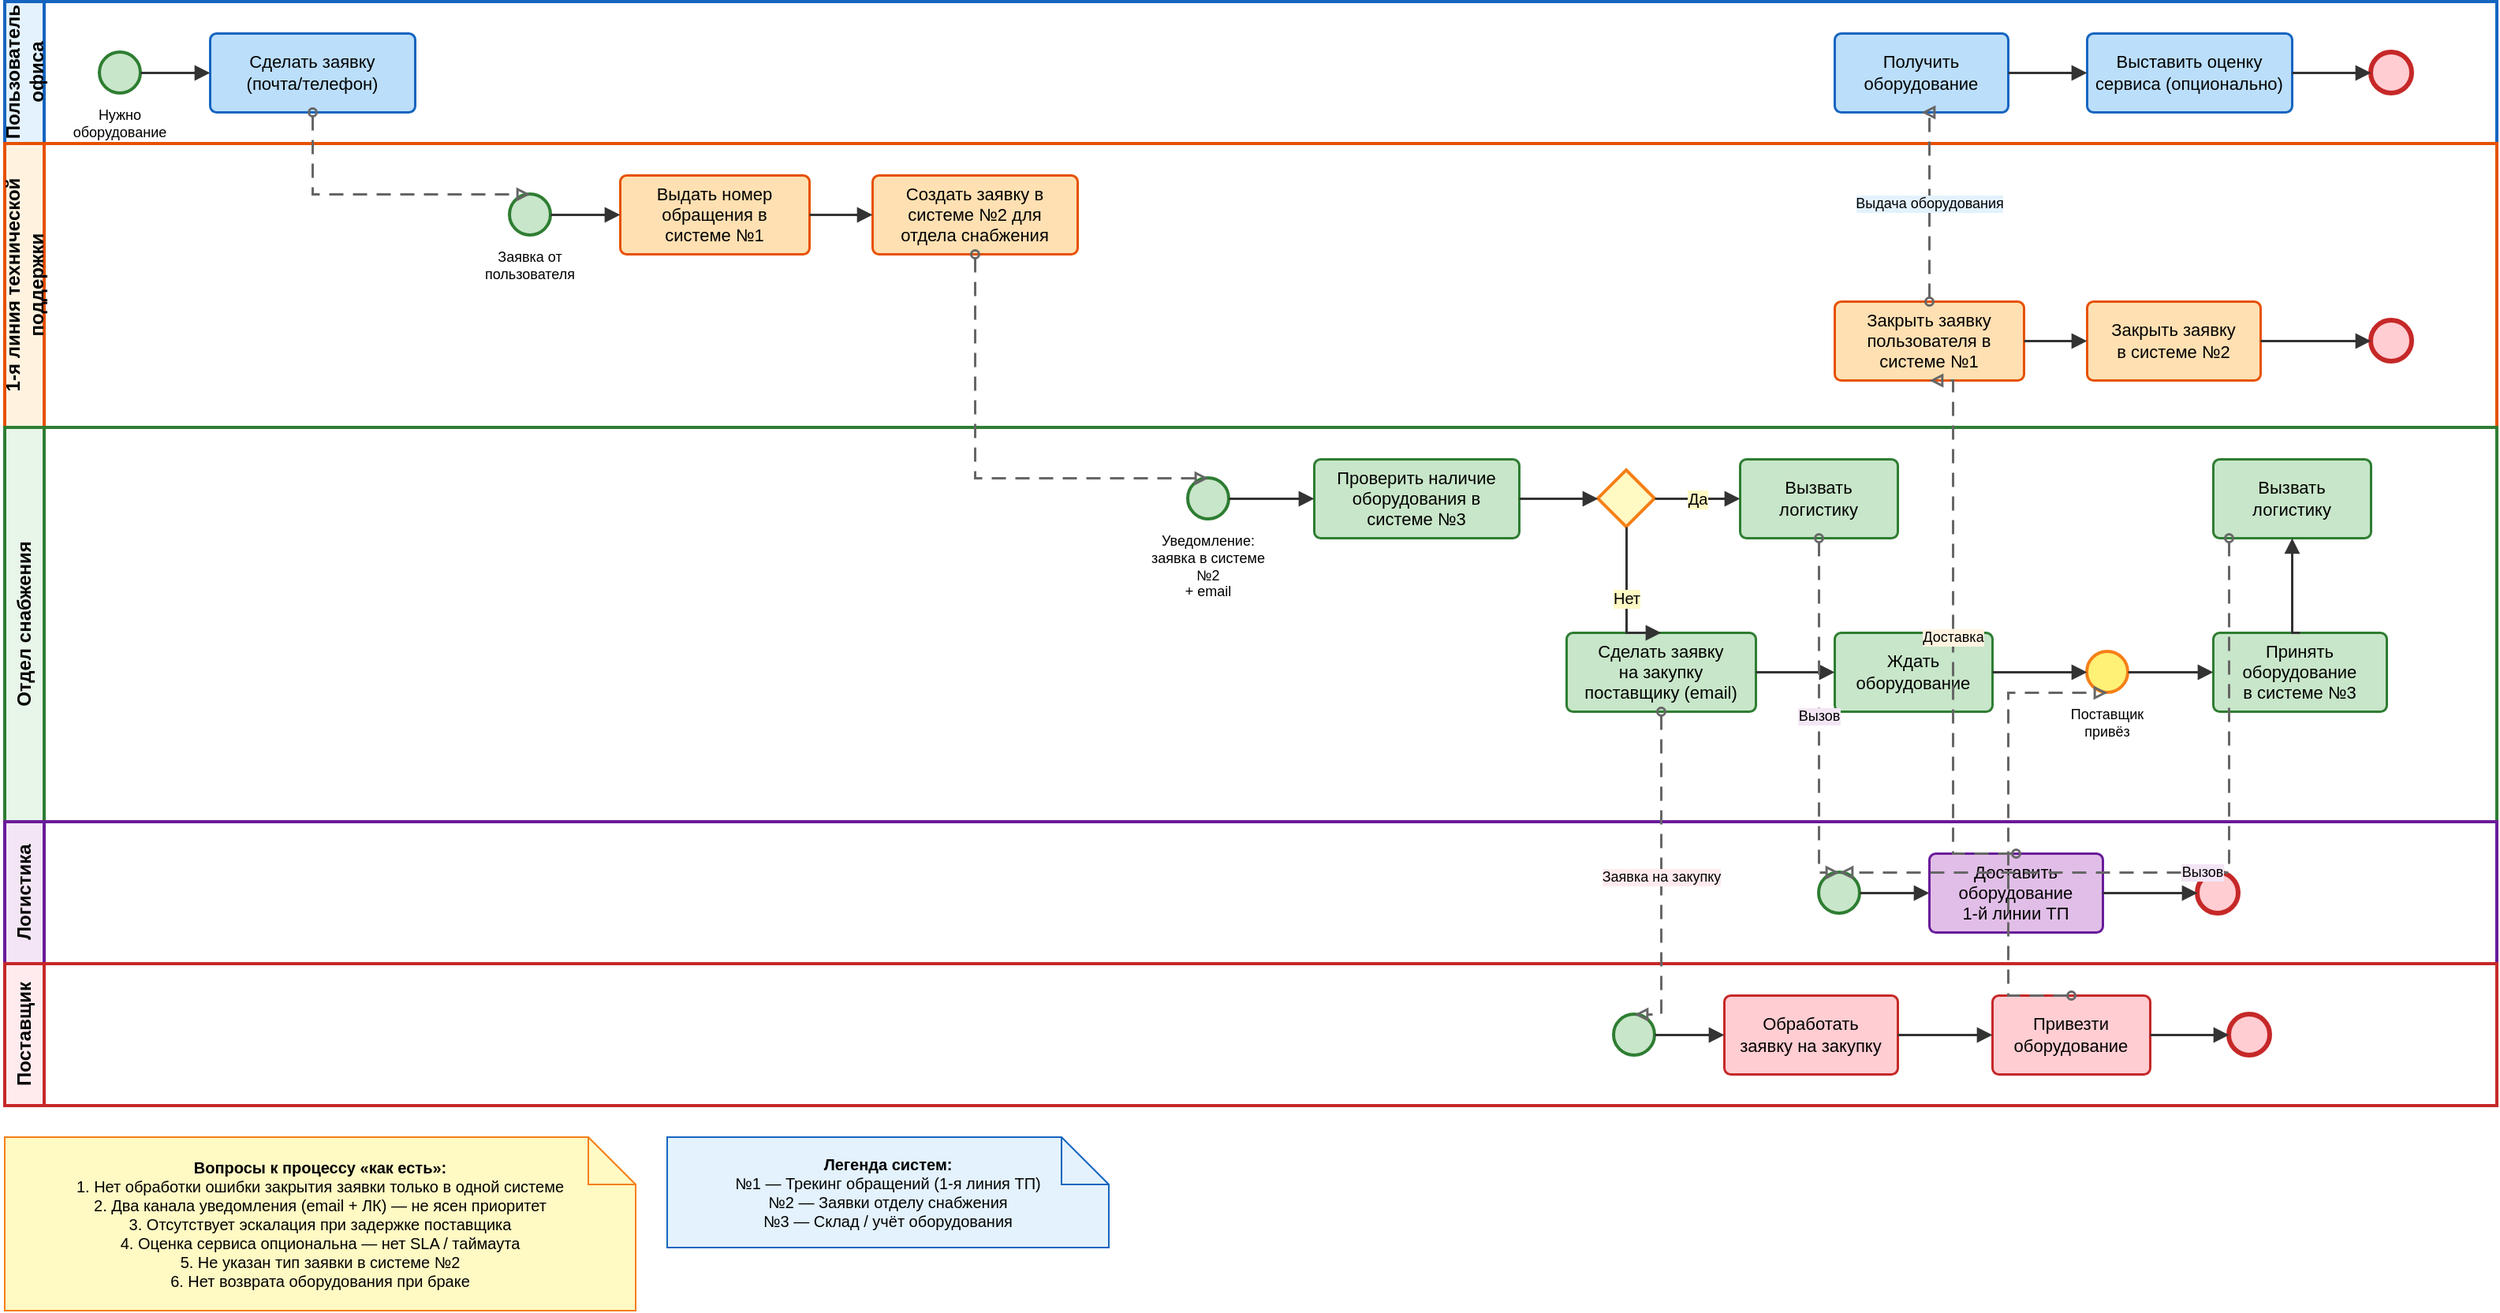
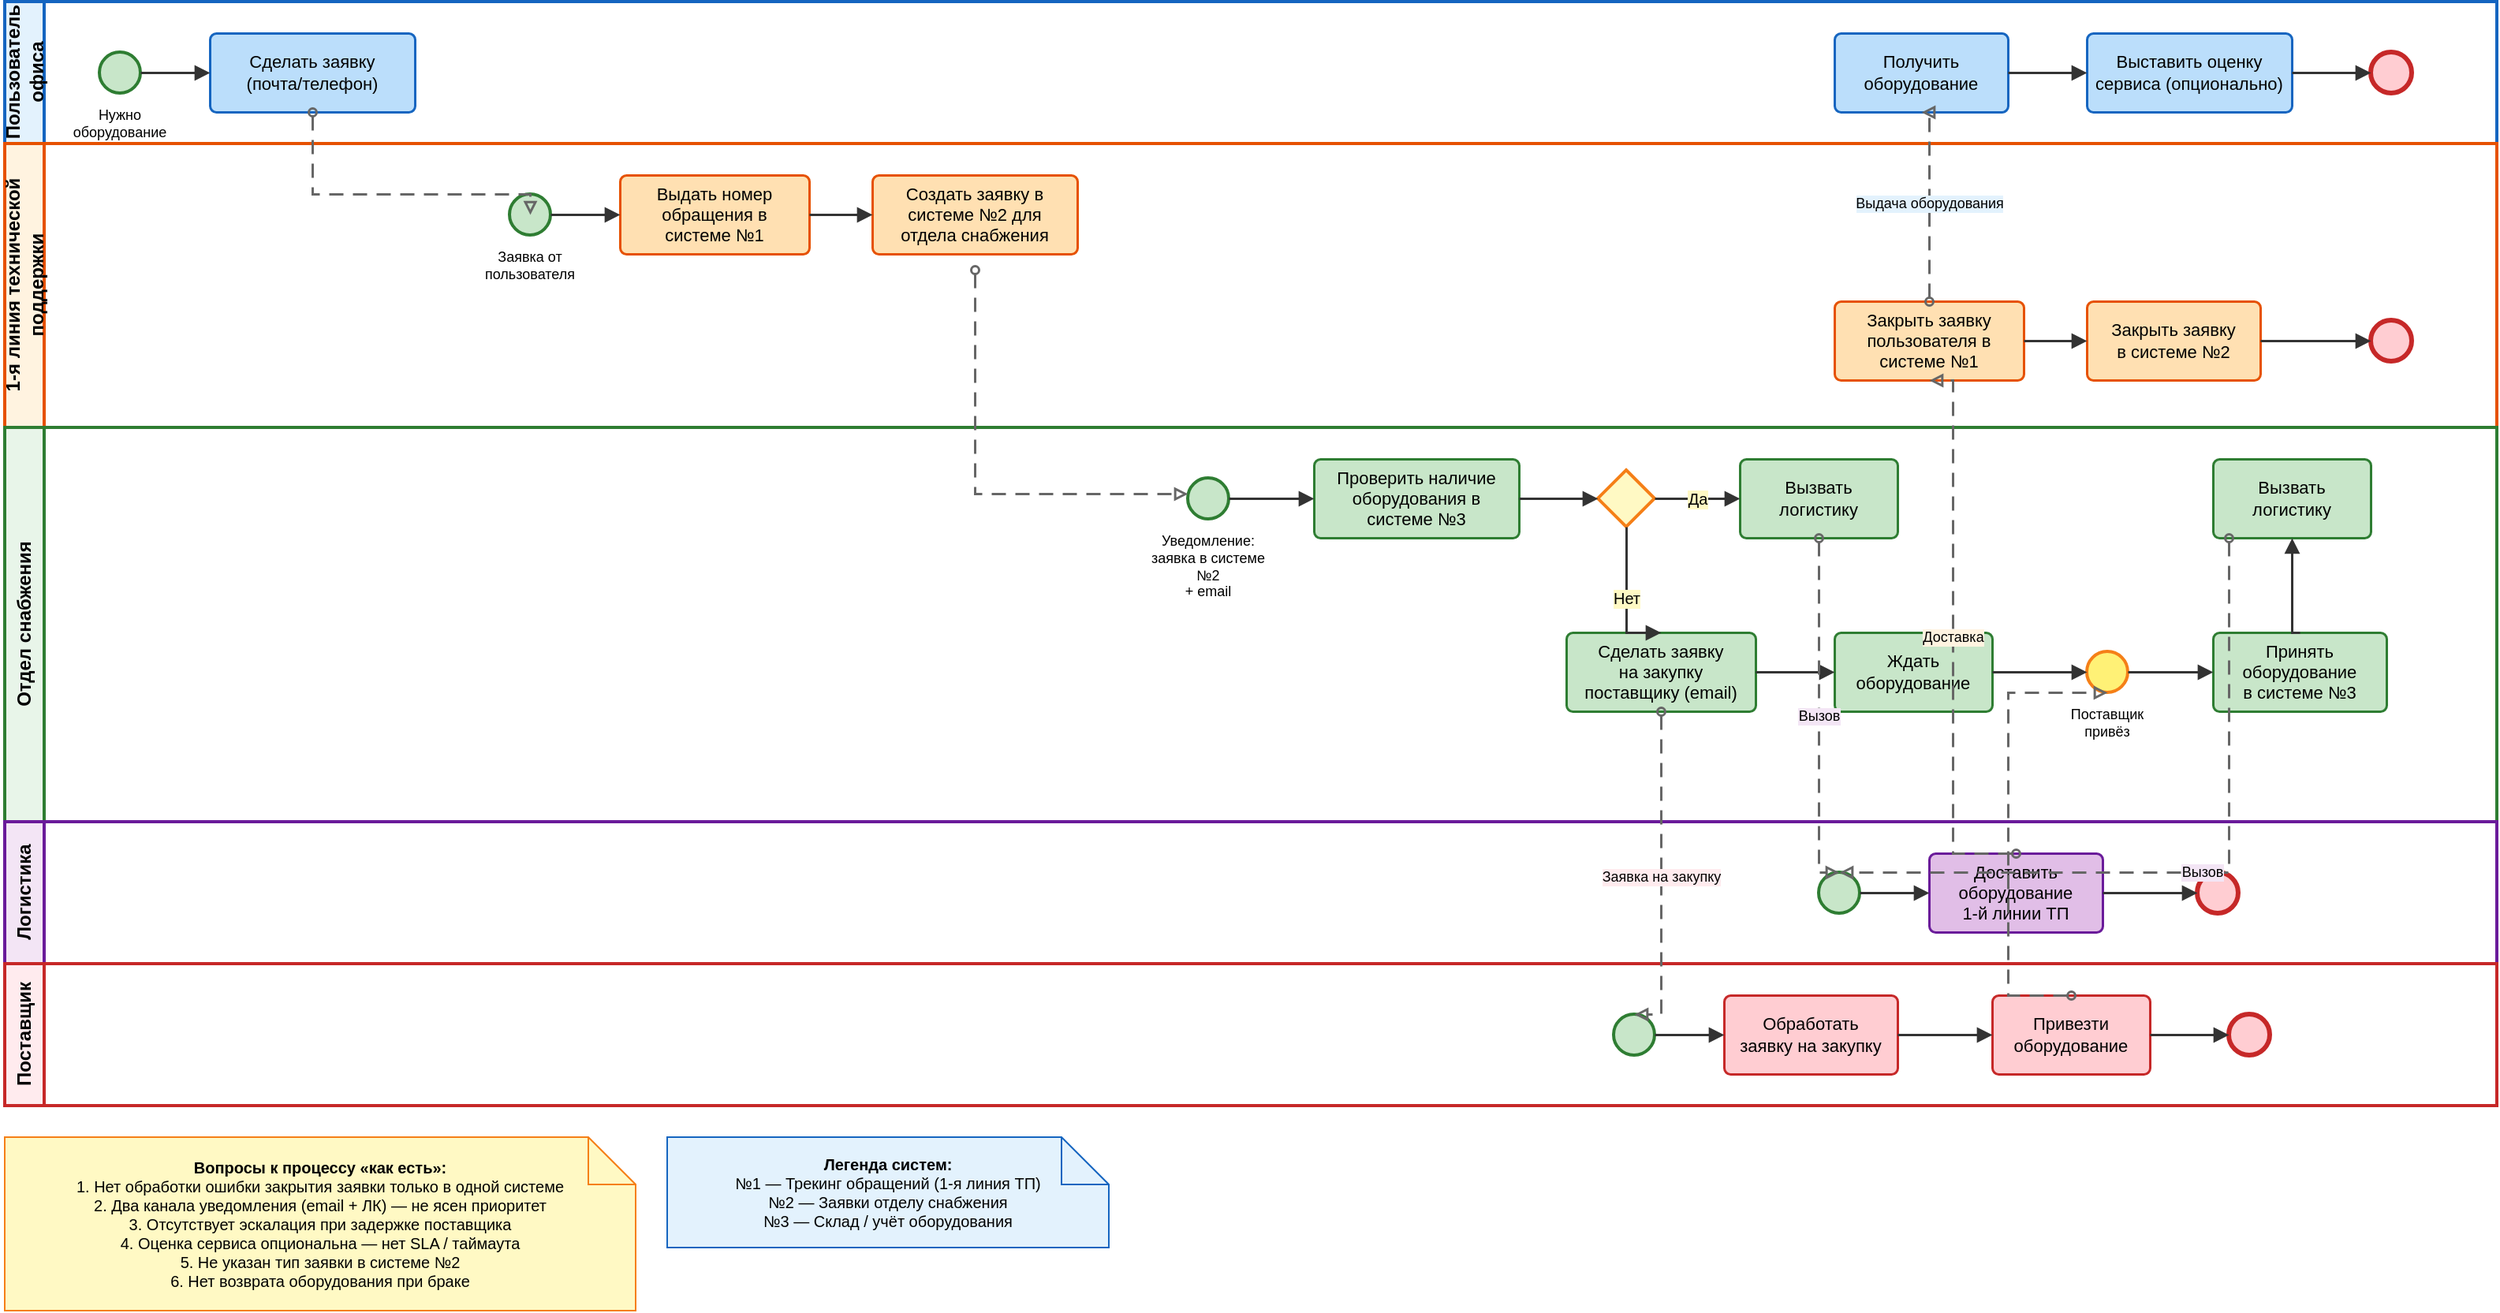
<mxfile host="app.diagrams.net" agent="Kimi">
  <diagram name="BPMN IT Equipment" id="it-equipment-bpmn">
    <mxGraphModel dx="2308" dy="875" grid="1" gridSize="10" guides="1" tooltips="1" connect="1" arrows="1" fold="1" page="1" pageScale="1" pageWidth="1700" pageHeight="1100" math="0" shadow="0">
      <root>
        <mxCell id="0" />
        <mxCell id="1" parent="0" />
        <mxCell id="pool-user" parent="1" style="swimlane;horizontal=0;startSize=25;swimlaneLine=1;collapsible=0;fontStyle=1;fillColor=#E3F2FD;strokeColor=#1565C0;strokeWidth=2;fontSize=12;whiteSpace=wrap;" value="Пользователь офиса" vertex="1">
          <mxGeometry height="90" width="1580" x="40" y="40" as="geometry" />
        </mxCell>
        <mxCell id="start-user" parent="pool-user" style="ellipse;whiteSpace=wrap;html=1;aspect=fixed;fillColor=#C8E6C9;strokeColor=#2E7D32;strokeWidth=2;" value="" vertex="1">
          <mxGeometry height="26" width="26" x="60" y="32" as="geometry" />
        </mxCell>
        <mxCell id="lbl-start-user" parent="pool-user" style="text;html=1;strokeColor=none;fillColor=none;align=center;verticalAlign=top;whiteSpace=wrap;rounded=0;fontSize=9;" value="Нужно&#xa;оборудование" vertex="1">
          <mxGeometry height="28" width="60" x="43" y="60" as="geometry" />
        </mxCell>
        <mxCell id="task-req" parent="pool-user" style="rounded=1;whiteSpace=wrap;html=1;arcSize=8;fillColor=#BBDEFB;strokeColor=#1565C0;strokeWidth=1.5;fontSize=11;" value="Сделать заявку&#xa;(почта/телефон)" vertex="1">
          <mxGeometry height="50" width="130" x="130" y="20" as="geometry" />
        </mxCell>
        <mxCell id="task-receive" parent="pool-user" style="rounded=1;whiteSpace=wrap;html=1;arcSize=8;fillColor=#BBDEFB;strokeColor=#1565C0;strokeWidth=1.5;fontSize=11;" value="Получить&#xa;оборудование" vertex="1">
          <mxGeometry height="50" width="110" x="1160" y="20" as="geometry" />
        </mxCell>
        <mxCell id="task-rate" parent="pool-user" style="rounded=1;whiteSpace=wrap;html=1;arcSize=8;fillColor=#BBDEFB;strokeColor=#1565C0;strokeWidth=1.5;fontSize=11;" value="Выставить оценку&#xa;сервиса (опционально)" vertex="1">
          <mxGeometry height="50" width="130" x="1320" y="20" as="geometry" />
        </mxCell>
        <mxCell id="end-user" parent="pool-user" style="ellipse;whiteSpace=wrap;html=1;aspect=fixed;fillColor=#FFCDD2;strokeColor=#C62828;strokeWidth=3;" value="" vertex="1">
          <mxGeometry height="26" width="26" x="1500" y="32" as="geometry" />
        </mxCell>
        <mxCell id="sf1" edge="1" parent="pool-user" source="start-user" style="edgeStyle=orthogonalEdgeStyle;rounded=0;orthogonalLoop=1;jettySize=auto;html=1;exitX=1;exitY=0.5;exitDx=0;exitDy=0;entryX=0;entryY=0.5;entryDx=0;entryDy=0;strokeColor=#333333;strokeWidth=1.5;endArrow=block;endFill=1;" target="task-req" value="">
          <mxGeometry relative="1" as="geometry" />
        </mxCell>
        <mxCell id="sf2" edge="1" parent="pool-user" source="task-receive" style="edgeStyle=orthogonalEdgeStyle;rounded=0;orthogonalLoop=1;jettySize=auto;html=1;exitX=1;exitY=0.5;exitDx=0;exitDy=0;entryX=0;entryY=0.5;entryDx=0;entryDy=0;strokeColor=#333333;strokeWidth=1.5;endArrow=block;endFill=1;" target="task-rate" value="">
          <mxGeometry relative="1" as="geometry" />
        </mxCell>
        <mxCell id="sf3" edge="1" parent="pool-user" source="task-rate" style="edgeStyle=orthogonalEdgeStyle;rounded=0;orthogonalLoop=1;jettySize=auto;html=1;exitX=1;exitY=0.5;exitDx=0;exitDy=0;entryX=0;entryY=0.5;entryDx=0;entryDy=0;strokeColor=#333333;strokeWidth=1.5;endArrow=block;endFill=1;" target="end-user" value="">
          <mxGeometry relative="1" as="geometry" />
        </mxCell>
        <mxCell id="pool-l1" parent="1" style="swimlane;horizontal=0;startSize=25;swimlaneLine=1;collapsible=0;fontStyle=1;fillColor=#FFF3E0;strokeColor=#E65100;strokeWidth=2;fontSize=12;whiteSpace=wrap;" value="1-я линия технической поддержки" vertex="1">
          <mxGeometry height="180" width="1580" x="40" y="130" as="geometry" />
        </mxCell>
        <mxCell id="start-l1" parent="pool-l1" style="ellipse;whiteSpace=wrap;html=1;aspect=fixed;fillColor=#C8E6C9;strokeColor=#2E7D32;strokeWidth=2;" value="" vertex="1">
          <mxGeometry height="26" width="26" x="320" y="32" as="geometry" />
        </mxCell>
        <mxCell id="lbl-start-l1" parent="pool-l1" style="text;html=1;strokeColor=none;fillColor=none;align=center;verticalAlign=top;whiteSpace=wrap;rounded=0;fontSize=9;" value="Заявка от&#xa;пользователя" vertex="1">
          <mxGeometry height="28" width="60" x="303" y="60" as="geometry" />
        </mxCell>
        <mxCell id="task-ticket1" parent="pool-l1" style="rounded=1;whiteSpace=wrap;html=1;arcSize=8;fillColor=#FFE0B2;strokeColor=#E65100;strokeWidth=1.5;fontSize=11;" value="Выдать номер&#xa;обращения в&#xa;системе №1" vertex="1">
          <mxGeometry height="50" width="120" x="390" y="20" as="geometry" />
        </mxCell>
        <mxCell id="task-create-req" parent="pool-l1" style="rounded=1;whiteSpace=wrap;html=1;arcSize=8;fillColor=#FFE0B2;strokeColor=#E65100;strokeWidth=1.5;fontSize=11;" value="Создать заявку в&#xa;системе №2 для&#xa;отдела снабжения" vertex="1">
          <mxGeometry height="50" width="130" x="550" y="20" as="geometry" />
        </mxCell>
        <mxCell id="task-close1" parent="pool-l1" style="rounded=1;whiteSpace=wrap;html=1;arcSize=8;fillColor=#FFE0B2;strokeColor=#E65100;strokeWidth=1.5;fontSize=11;" value="Закрыть заявку&#xa;пользователя в&#xa;системе №1" vertex="1">
          <mxGeometry height="50" width="120" x="1160" y="100" as="geometry" />
        </mxCell>
        <mxCell id="task-close2" parent="pool-l1" style="rounded=1;whiteSpace=wrap;html=1;arcSize=8;fillColor=#FFE0B2;strokeColor=#E65100;strokeWidth=1.5;fontSize=11;" value="Закрыть заявку&#xa;в системе №2" vertex="1">
          <mxGeometry height="50" width="110" x="1320" y="100" as="geometry" />
        </mxCell>
        <mxCell id="end-l1" parent="pool-l1" style="ellipse;whiteSpace=wrap;html=1;aspect=fixed;fillColor=#FFCDD2;strokeColor=#C62828;strokeWidth=3;" value="" vertex="1">
          <mxGeometry height="26" width="26" x="1500" y="112" as="geometry" />
        </mxCell>
        <mxCell id="sf4" edge="1" parent="pool-l1" source="start-l1" style="edgeStyle=orthogonalEdgeStyle;rounded=0;orthogonalLoop=1;jettySize=auto;html=1;exitX=1;exitY=0.5;exitDx=0;exitDy=0;entryX=0;entryY=0.5;entryDx=0;entryDy=0;strokeColor=#333333;strokeWidth=1.5;endArrow=block;endFill=1;" target="task-ticket1" value="">
          <mxGeometry relative="1" as="geometry" />
        </mxCell>
        <mxCell id="sf5" edge="1" parent="pool-l1" source="task-ticket1" style="edgeStyle=orthogonalEdgeStyle;rounded=0;orthogonalLoop=1;jettySize=auto;html=1;exitX=1;exitY=0.5;exitDx=0;exitDy=0;entryX=0;entryY=0.5;entryDx=0;entryDy=0;strokeColor=#333333;strokeWidth=1.5;endArrow=block;endFill=1;" target="task-create-req" value="">
          <mxGeometry relative="1" as="geometry" />
        </mxCell>
        <mxCell id="sf6" edge="1" parent="pool-l1" source="task-close1" style="edgeStyle=orthogonalEdgeStyle;rounded=0;orthogonalLoop=1;jettySize=auto;html=1;exitX=1;exitY=0.5;exitDx=0;exitDy=0;entryX=0;entryY=0.5;entryDx=0;entryDy=0;strokeColor=#333333;strokeWidth=1.5;endArrow=block;endFill=1;" target="task-close2" value="">
          <mxGeometry relative="1" as="geometry" />
        </mxCell>
        <mxCell id="sf7" edge="1" parent="pool-l1" source="task-close2" style="edgeStyle=orthogonalEdgeStyle;rounded=0;orthogonalLoop=1;jettySize=auto;html=1;exitX=1;exitY=0.5;exitDx=0;exitDy=0;entryX=0;entryY=0.5;entryDx=0;entryDy=0;strokeColor=#333333;strokeWidth=1.5;endArrow=block;endFill=1;" target="end-l1" value="">
          <mxGeometry relative="1" as="geometry" />
        </mxCell>
        <mxCell id="pool-supply" parent="1" style="swimlane;horizontal=0;startSize=25;swimlaneLine=1;collapsible=0;fontStyle=1;fillColor=#E8F5E9;strokeColor=#2E7D32;strokeWidth=2;fontSize=12;whiteSpace=wrap;" value="Отдел снабжения" vertex="1">
          <mxGeometry height="250" width="1580" x="40" y="310" as="geometry" />
        </mxCell>
        <mxCell id="start-supply" parent="pool-supply" style="ellipse;whiteSpace=wrap;html=1;aspect=fixed;fillColor=#C8E6C9;strokeColor=#2E7D32;strokeWidth=2;" value="" vertex="1">
          <mxGeometry height="26" width="26" x="750" y="32" as="geometry" />
        </mxCell>
        <mxCell id="lbl-start-supply" parent="pool-supply" style="text;html=1;strokeColor=none;fillColor=none;align=center;verticalAlign=top;whiteSpace=wrap;rounded=0;fontSize=9;" value="Уведомление:&#xa;заявка в системе №2&#xa;+ email" vertex="1">
          <mxGeometry height="36" width="86" x="720" y="60" as="geometry" />
        </mxCell>
        <mxCell id="task-check" parent="pool-supply" style="rounded=1;whiteSpace=wrap;html=1;arcSize=8;fillColor=#C8E6C9;strokeColor=#2E7D32;strokeWidth=1.5;fontSize=11;" value="Проверить наличие&#xa;оборудования в&#xa;системе №3" vertex="1">
          <mxGeometry height="50" width="130" x="830" y="20" as="geometry" />
        </mxCell>
        <mxCell id="gateway-check" parent="pool-supply" style="rhombus;whiteSpace=wrap;html=1;fillColor=#FFF9C4;strokeColor=#F57F17;strokeWidth=2;" value="" vertex="1">
          <mxGeometry height="36" width="36" x="1010" y="27" as="geometry" />
        </mxCell>
        <mxCell id="task-call-log-yes" parent="pool-supply" style="rounded=1;whiteSpace=wrap;html=1;arcSize=8;fillColor=#C8E6C9;strokeColor=#2E7D32;strokeWidth=1.5;fontSize=11;" value="Вызвать&#xa;логистику" vertex="1">
          <mxGeometry height="50" width="100" x="1100" y="20" as="geometry" />
        </mxCell>
        <mxCell id="task-order" parent="pool-supply" style="rounded=1;whiteSpace=wrap;html=1;arcSize=8;fillColor=#C8E6C9;strokeColor=#2E7D32;strokeWidth=1.5;fontSize=11;" value="Сделать заявку&#xa;на закупку&#xa;поставщику (email)" vertex="1">
          <mxGeometry height="50" width="120" x="990" y="130" as="geometry" />
        </mxCell>
        <mxCell id="task-wait" parent="pool-supply" style="rounded=1;whiteSpace=wrap;html=1;arcSize=8;fillColor=#C8E6C9;strokeColor=#2E7D32;strokeWidth=1.5;fontSize=11;" value="Ждать&#xa;оборудование" vertex="1">
          <mxGeometry height="50" width="100" x="1160" y="130" as="geometry" />
        </mxCell>
        <mxCell id="event-receive" parent="pool-supply" style="ellipse;whiteSpace=wrap;html=1;aspect=fixed;fillColor=#FFF176;strokeColor=#F57F17;strokeWidth=2;" value="" vertex="1">
          <mxGeometry height="26" width="26" x="1320" y="142" as="geometry" />
        </mxCell>
        <mxCell id="lbl-receive" parent="pool-supply" style="text;html=1;strokeColor=none;fillColor=none;align=center;verticalAlign=top;whiteSpace=wrap;rounded=0;fontSize=9;" value="Поставщик&#xa;привёз" vertex="1">
          <mxGeometry height="24" width="60" x="1303" y="170" as="geometry" />
        </mxCell>
        <mxCell id="task-accept" parent="pool-supply" style="rounded=1;whiteSpace=wrap;html=1;arcSize=8;fillColor=#C8E6C9;strokeColor=#2E7D32;strokeWidth=1.5;fontSize=11;" value="Принять&#xa;оборудование&#xa;в системе №3" vertex="1">
          <mxGeometry height="50" width="110" x="1400" y="130" as="geometry" />
        </mxCell>
        <mxCell id="task-call-log-no" parent="pool-supply" style="rounded=1;whiteSpace=wrap;html=1;arcSize=8;fillColor=#C8E6C9;strokeColor=#2E7D32;strokeWidth=1.5;fontSize=11;" value="Вызвать&#xa;логистику" vertex="1">
          <mxGeometry height="50" width="100" x="1400" y="20" as="geometry" />
        </mxCell>
        <mxCell id="sf8" edge="1" parent="pool-supply" source="start-supply" style="edgeStyle=orthogonalEdgeStyle;rounded=0;orthogonalLoop=1;jettySize=auto;html=1;exitX=1;exitY=0.5;exitDx=0;exitDy=0;entryX=0;entryY=0.5;entryDx=0;entryDy=0;strokeColor=#333333;strokeWidth=1.5;endArrow=block;endFill=1;" target="task-check" value="">
          <mxGeometry relative="1" as="geometry" />
        </mxCell>
        <mxCell id="sf9" edge="1" parent="pool-supply" source="task-check" style="edgeStyle=orthogonalEdgeStyle;rounded=0;orthogonalLoop=1;jettySize=auto;html=1;exitX=1;exitY=0.5;exitDx=0;exitDy=0;entryX=0;entryY=0.5;entryDx=0;entryDy=0;strokeColor=#333333;strokeWidth=1.5;endArrow=block;endFill=1;" target="gateway-check" value="">
          <mxGeometry relative="1" as="geometry" />
        </mxCell>
        <mxCell id="sf10" edge="1" parent="pool-supply" source="gateway-check" style="edgeStyle=orthogonalEdgeStyle;rounded=0;orthogonalLoop=1;jettySize=auto;html=1;exitX=1;exitY=0.5;exitDx=0;exitDy=0;entryX=0;entryY=0.5;entryDx=0;entryDy=0;strokeColor=#333333;strokeWidth=1.5;endArrow=block;endFill=1;labelBackgroundColor=#FFF9C4;fontSize=10;" target="task-call-log-yes" value="Да">
          <mxGeometry relative="1" as="geometry" />
        </mxCell>
        <mxCell id="sf11" edge="1" parent="pool-supply" source="gateway-check" style="edgeStyle=orthogonalEdgeStyle;rounded=0;orthogonalLoop=1;jettySize=auto;html=1;exitX=0.5;exitY=1;exitDx=0;exitDy=0;entryX=0.5;entryY=0;entryDx=0;entryDy=0;strokeColor=#333333;strokeWidth=1.5;endArrow=block;endFill=1;labelBackgroundColor=#FFF9C4;fontSize=10;" target="task-order" value="Нет">
          <mxGeometry relative="1" as="geometry">
            <Array as="points">
              <mxPoint x="1028" y="130" />
            </Array>
          </mxGeometry>
        </mxCell>
        <mxCell id="sf12" edge="1" parent="pool-supply" source="task-order" style="edgeStyle=orthogonalEdgeStyle;rounded=0;orthogonalLoop=1;jettySize=auto;html=1;exitX=1;exitY=0.5;exitDx=0;exitDy=0;entryX=0;entryY=0.5;entryDx=0;entryDy=0;strokeColor=#333333;strokeWidth=1.5;endArrow=block;endFill=1;" target="task-wait" value="">
          <mxGeometry relative="1" as="geometry" />
        </mxCell>
        <mxCell id="sf13" edge="1" parent="pool-supply" source="task-wait" style="edgeStyle=orthogonalEdgeStyle;rounded=0;orthogonalLoop=1;jettySize=auto;html=1;exitX=1;exitY=0.5;exitDx=0;exitDy=0;entryX=0;entryY=0.5;entryDx=0;entryDy=0;strokeColor=#333333;strokeWidth=1.5;endArrow=block;endFill=1;" target="event-receive" value="">
          <mxGeometry relative="1" as="geometry" />
        </mxCell>
        <mxCell id="sf14" edge="1" parent="pool-supply" source="event-receive" style="edgeStyle=orthogonalEdgeStyle;rounded=0;orthogonalLoop=1;jettySize=auto;html=1;exitX=1;exitY=0.5;exitDx=0;exitDy=0;entryX=0;entryY=0.5;entryDx=0;entryDy=0;strokeColor=#333333;strokeWidth=1.5;endArrow=block;endFill=1;" target="task-accept" value="">
          <mxGeometry relative="1" as="geometry" />
        </mxCell>
        <mxCell id="sf15" edge="1" parent="pool-supply" source="task-accept" style="edgeStyle=orthogonalEdgeStyle;rounded=0;orthogonalLoop=1;jettySize=auto;html=1;exitX=0.5;exitY=0;exitDx=0;exitDy=0;entryX=0.5;entryY=1;entryDx=0;entryDy=0;strokeColor=#333333;strokeWidth=1.5;endArrow=block;endFill=1;" target="task-call-log-no" value="">
          <mxGeometry relative="1" as="geometry">
            <Array as="points">
              <mxPoint x="1450" y="130" />
            </Array>
          </mxGeometry>
        </mxCell>
+         <mxCell id="mf2" edge="1" parent="pool-supply" style="edgeStyle=orthogonalEdgeStyle;rounded=0;orthogonalLoop=1;jettySize=auto;html=1;exitX=0.5;exitY=1;exitDx=0;exitDy=0;strokeColor=#666666;strokeWidth=1.5;dashed=1;dashPattern=6 4;startArrow=oval;startFill=0;startSize=5;endArrow=block;endFill=0;endSize=5;" value="">
+           <mxGeometry relative="1" as="geometry">
+             <Array as="points">
+               <mxPoint x="615" y="42" />
+             </Array>
+             <mxPoint x="615" y="-100" as="sourcePoint" />
+             <mxPoint x="750" y="42" as="targetPoint" />
+           </mxGeometry>
+         </mxCell>
        <mxCell id="pool-log" parent="1" style="swimlane;horizontal=0;startSize=25;swimlaneLine=1;collapsible=0;fontStyle=1;fillColor=#F3E5F5;strokeColor=#6A1B9A;strokeWidth=2;fontSize=12;whiteSpace=wrap;" value="Логистика" vertex="1">
          <mxGeometry height="90" width="1580" x="40" y="560" as="geometry" />
        </mxCell>
        <mxCell id="start-log" parent="pool-log" style="ellipse;whiteSpace=wrap;html=1;aspect=fixed;fillColor=#C8E6C9;strokeColor=#2E7D32;strokeWidth=2;" value="" vertex="1">
          <mxGeometry height="26" width="26" x="1150" y="32" as="geometry" />
        </mxCell>
        <mxCell id="task-deliver" parent="pool-log" style="rounded=1;whiteSpace=wrap;html=1;arcSize=8;fillColor=#E1BEE7;strokeColor=#6A1B9A;strokeWidth=1.5;fontSize=11;" value="Доставить&#xa;оборудование&#xa;1-й линии ТП" vertex="1">
          <mxGeometry height="50" width="110" x="1220" y="20" as="geometry" />
        </mxCell>
        <mxCell id="end-log" parent="pool-log" style="ellipse;whiteSpace=wrap;html=1;aspect=fixed;fillColor=#FFCDD2;strokeColor=#C62828;strokeWidth=3;" value="" vertex="1">
          <mxGeometry height="26" width="26" x="1390" y="32" as="geometry" />
        </mxCell>
        <mxCell id="sf16" edge="1" parent="pool-log" source="start-log" style="edgeStyle=orthogonalEdgeStyle;rounded=0;orthogonalLoop=1;jettySize=auto;html=1;exitX=1;exitY=0.5;exitDx=0;exitDy=0;entryX=0;entryY=0.5;entryDx=0;entryDy=0;strokeColor=#333333;strokeWidth=1.5;endArrow=block;endFill=1;" target="task-deliver" value="">
          <mxGeometry relative="1" as="geometry" />
        </mxCell>
        <mxCell id="sf17" edge="1" parent="pool-log" source="task-deliver" style="edgeStyle=orthogonalEdgeStyle;rounded=0;orthogonalLoop=1;jettySize=auto;html=1;exitX=1;exitY=0.5;exitDx=0;exitDy=0;entryX=0;entryY=0.5;entryDx=0;entryDy=0;strokeColor=#333333;strokeWidth=1.5;endArrow=block;endFill=1;" target="end-log" value="">
          <mxGeometry relative="1" as="geometry" />
        </mxCell>
        <mxCell id="pool-vendor" parent="1" style="swimlane;horizontal=0;startSize=25;swimlaneLine=1;collapsible=0;fontStyle=1;fillColor=#FFEBEE;strokeColor=#C62828;strokeWidth=2;fontSize=12;whiteSpace=wrap;" value="Поставщик" vertex="1">
          <mxGeometry height="90" width="1580" x="40" y="650" as="geometry" />
        </mxCell>
        <mxCell id="start-vendor" parent="pool-vendor" style="ellipse;whiteSpace=wrap;html=1;aspect=fixed;fillColor=#C8E6C9;strokeColor=#2E7D32;strokeWidth=2;" value="" vertex="1">
          <mxGeometry height="26" width="26" x="1020" y="32" as="geometry" />
        </mxCell>
        <mxCell id="task-process" parent="pool-vendor" style="rounded=1;whiteSpace=wrap;html=1;arcSize=8;fillColor=#FFCDD2;strokeColor=#C62828;strokeWidth=1.5;fontSize=11;" value="Обработать&#xa;заявку на закупку" vertex="1">
          <mxGeometry height="50" width="110" x="1090" y="20" as="geometry" />
        </mxCell>
        <mxCell id="task-ship" parent="pool-vendor" style="rounded=1;whiteSpace=wrap;html=1;arcSize=8;fillColor=#FFCDD2;strokeColor=#C62828;strokeWidth=1.5;fontSize=11;" value="Привезти&#xa;оборудование" vertex="1">
          <mxGeometry height="50" width="100" x="1260" y="20" as="geometry" />
        </mxCell>
        <mxCell id="end-vendor" parent="pool-vendor" style="ellipse;whiteSpace=wrap;html=1;aspect=fixed;fillColor=#FFCDD2;strokeColor=#C62828;strokeWidth=3;" value="" vertex="1">
          <mxGeometry height="26" width="26" x="1410" y="32" as="geometry" />
        </mxCell>
        <mxCell id="sf18" edge="1" parent="pool-vendor" source="start-vendor" style="edgeStyle=orthogonalEdgeStyle;rounded=0;orthogonalLoop=1;jettySize=auto;html=1;exitX=1;exitY=0.5;exitDx=0;exitDy=0;entryX=0;entryY=0.5;entryDx=0;entryDy=0;strokeColor=#333333;strokeWidth=1.5;endArrow=block;endFill=1;" target="task-process" value="">
          <mxGeometry relative="1" as="geometry" />
        </mxCell>
        <mxCell id="sf19" edge="1" parent="pool-vendor" source="task-process" style="edgeStyle=orthogonalEdgeStyle;rounded=0;orthogonalLoop=1;jettySize=auto;html=1;exitX=1;exitY=0.5;exitDx=0;exitDy=0;entryX=0;entryY=0.5;entryDx=0;entryDy=0;strokeColor=#333333;strokeWidth=1.5;endArrow=block;endFill=1;" target="task-ship" value="">
          <mxGeometry relative="1" as="geometry" />
        </mxCell>
        <mxCell id="sf20" edge="1" parent="pool-vendor" source="task-ship" style="edgeStyle=orthogonalEdgeStyle;rounded=0;orthogonalLoop=1;jettySize=auto;html=1;exitX=1;exitY=0.5;exitDx=0;exitDy=0;entryX=0;entryY=0.5;entryDx=0;entryDy=0;strokeColor=#333333;strokeWidth=1.5;endArrow=block;endFill=1;" target="end-vendor" value="">
          <mxGeometry relative="1" as="geometry" />
        </mxCell>
-         <mxCell id="mf1" edge="1" parent="1" source="task-req" style="edgeStyle=orthogonalEdgeStyle;rounded=0;orthogonalLoop=1;jettySize=auto;html=1;exitX=0.5;exitY=1;exitDx=0;exitDy=0;entryX=0.5;entryY=0;entryDx=0;entryDy=0;strokeColor=#666666;strokeWidth=1.5;dashed=1;dashPattern=6 4;startArrow=oval;startFill=0;startSize=5;endArrow=block;endFill=0;endSize=5;" target="start-l1" value="">
+         <mxCell id="mf1" edge="1" parent="1" source="task-req" style="edgeStyle=orthogonalEdgeStyle;rounded=0;orthogonalLoop=1;jettySize=auto;html=1;exitX=0.5;exitY=1;exitDx=0;exitDy=0;strokeColor=#666666;strokeWidth=1.5;dashed=1;dashPattern=6 4;startArrow=oval;startFill=0;startSize=5;endArrow=block;endFill=0;endSize=5;" value="">
          <mxGeometry relative="1" as="geometry">
            <Array as="points">
              <mxPoint x="235" y="162" />
            </Array>
-           </mxGeometry>
-         </mxCell>
-         <mxCell id="mf2" edge="1" parent="1" source="task-create-req" style="edgeStyle=orthogonalEdgeStyle;rounded=0;orthogonalLoop=1;jettySize=auto;html=1;exitX=0.5;exitY=1;exitDx=0;exitDy=0;entryX=0.5;entryY=0;entryDx=0;entryDy=0;strokeColor=#666666;strokeWidth=1.5;dashed=1;dashPattern=6 4;startArrow=oval;startFill=0;startSize=5;endArrow=block;endFill=0;endSize=5;" target="start-supply" value="">
-           <mxGeometry relative="1" as="geometry">
-             <Array as="points">
-               <mxPoint x="655" y="342" />
-             </Array>
+             <mxPoint x="373" y="175" as="targetPoint" />
          </mxGeometry>
        </mxCell>
        <mxCell id="mf3" edge="1" parent="1" source="task-call-log-yes" style="edgeStyle=orthogonalEdgeStyle;rounded=0;orthogonalLoop=1;jettySize=auto;html=1;exitX=0.5;exitY=1;exitDx=0;exitDy=0;entryX=0.5;entryY=0;entryDx=0;entryDy=0;strokeColor=#666666;strokeWidth=1.5;dashed=1;dashPattern=6 4;startArrow=oval;startFill=0;startSize=5;endArrow=block;endFill=0;endSize=5;fontSize=9;labelBackgroundColor=#F3E5F5;" target="start-log" value="Вызов">
          <mxGeometry relative="1" as="geometry">
            <Array as="points">
              <mxPoint x="1190" y="592" />
            </Array>
          </mxGeometry>
        </mxCell>
        <mxCell id="mf4" edge="1" parent="1" style="edgeStyle=orthogonalEdgeStyle;rounded=0;orthogonalLoop=1;jettySize=auto;html=1;entryX=0.5;entryY=0;entryDx=0;entryDy=0;strokeColor=#666666;strokeWidth=1.5;dashed=1;dashPattern=6 4;startArrow=oval;startFill=0;startSize=5;endArrow=block;endFill=0;endSize=5;fontSize=9;labelBackgroundColor=#F3E5F5;" target="start-log" value="Вызов">
          <mxGeometry relative="1" as="geometry">
            <Array as="points">
              <mxPoint x="1450" y="380" />
              <mxPoint x="1450" y="592" />
            </Array>
            <mxPoint x="1450" y="380" as="sourcePoint" />
          </mxGeometry>
        </mxCell>
        <mxCell id="mf5" edge="1" parent="1" source="task-order" style="edgeStyle=orthogonalEdgeStyle;rounded=0;orthogonalLoop=1;jettySize=auto;html=1;exitX=0.5;exitY=1;exitDx=0;exitDy=0;entryX=0.5;entryY=0;entryDx=0;entryDy=0;strokeColor=#666666;strokeWidth=1.5;dashed=1;dashPattern=6 4;startArrow=oval;startFill=0;startSize=5;endArrow=block;endFill=0;endSize=5;fontSize=9;labelBackgroundColor=#FFEBEE;" target="start-vendor" value="Заявка на закупку">
          <mxGeometry relative="1" as="geometry">
            <Array as="points">
              <mxPoint x="1090" y="682" />
            </Array>
          </mxGeometry>
        </mxCell>
        <mxCell id="mf6" edge="1" parent="1" source="task-ship" style="edgeStyle=orthogonalEdgeStyle;rounded=0;orthogonalLoop=1;jettySize=auto;html=1;exitX=0.5;exitY=0;exitDx=0;exitDy=0;entryX=0.5;entryY=1;entryDx=0;entryDy=0;strokeColor=#666666;strokeWidth=1.5;dashed=1;dashPattern=6 4;startArrow=oval;startFill=0;startSize=5;endArrow=block;endFill=0;endSize=5;" target="event-receive" value="">
          <mxGeometry relative="1" as="geometry">
            <Array as="points">
              <mxPoint x="1310" y="670" />
              <mxPoint x="1310" y="478" />
            </Array>
          </mxGeometry>
        </mxCell>
        <mxCell id="mf7" edge="1" parent="1" source="task-deliver" style="edgeStyle=orthogonalEdgeStyle;rounded=0;orthogonalLoop=1;jettySize=auto;html=1;exitX=0.5;exitY=0;exitDx=0;exitDy=0;entryX=0.5;entryY=1;entryDx=0;entryDy=0;strokeColor=#666666;strokeWidth=1.5;dashed=1;dashPattern=6 4;startArrow=oval;startFill=0;startSize=5;endArrow=block;endFill=0;endSize=5;fontSize=9;labelBackgroundColor=#FFF3E0;" target="task-close1" value="Доставка">
          <mxGeometry relative="1" as="geometry">
            <Array as="points">
              <mxPoint x="1275" y="580" />
              <mxPoint x="1275" y="280" />
            </Array>
          </mxGeometry>
        </mxCell>
        <mxCell id="mf8" edge="1" parent="1" source="task-close1" style="edgeStyle=orthogonalEdgeStyle;rounded=0;orthogonalLoop=1;jettySize=auto;html=1;exitX=0.5;exitY=0;exitDx=0;exitDy=0;entryX=0.5;entryY=1;entryDx=0;entryDy=0;strokeColor=#666666;strokeWidth=1.5;dashed=1;dashPattern=6 4;startArrow=oval;startFill=0;startSize=5;endArrow=block;endFill=0;endSize=5;fontSize=9;labelBackgroundColor=#E3F2FD;" target="task-receive" value="Выдача оборудования">
          <mxGeometry relative="1" as="geometry">
            <Array as="points">
              <mxPoint x="1260" y="110" />
            </Array>
          </mxGeometry>
        </mxCell>
        <mxCell id="note1" parent="1" style="shape=note;whiteSpace=wrap;html=1;backgroundOutline=1;fillColor=#FFF9C4;strokeColor=#F57F17;fontSize=10;" value="&lt;b&gt;Вопросы к процессу «как есть»:&lt;/b&gt;&lt;br&gt;1. Нет обработки ошибки закрытия заявки только в одной системе&lt;br&gt;2. Два канала уведомления (email + ЛК) — не ясен приоритет&lt;br&gt;3. Отсутствует эскалация при задержке поставщика&lt;br&gt;4. Оценка сервиса опциональна — нет SLA / таймаута&lt;br&gt;5. Не указан тип заявки в системе №2&lt;br&gt;6. Нет возврата оборудования при браке" vertex="1">
          <mxGeometry height="110" width="400" x="40" y="760" as="geometry" />
        </mxCell>
        <mxCell id="note2" parent="1" style="shape=note;whiteSpace=wrap;html=1;backgroundOutline=1;fillColor=#E3F2FD;strokeColor=#1565C0;fontSize=10;" value="&lt;b&gt;Легенда систем:&lt;/b&gt;&lt;br&gt;№1 — Трекинг обращений (1-я линия ТП)&lt;br&gt;№2 — Заявки отделу снабжения&lt;br&gt;№3 — Склад / учёт оборудования" vertex="1">
          <mxGeometry height="70" width="280" x="460" y="760" as="geometry" />
        </mxCell>
      </root>
    </mxGraphModel>
  </diagram>
</mxfile>
